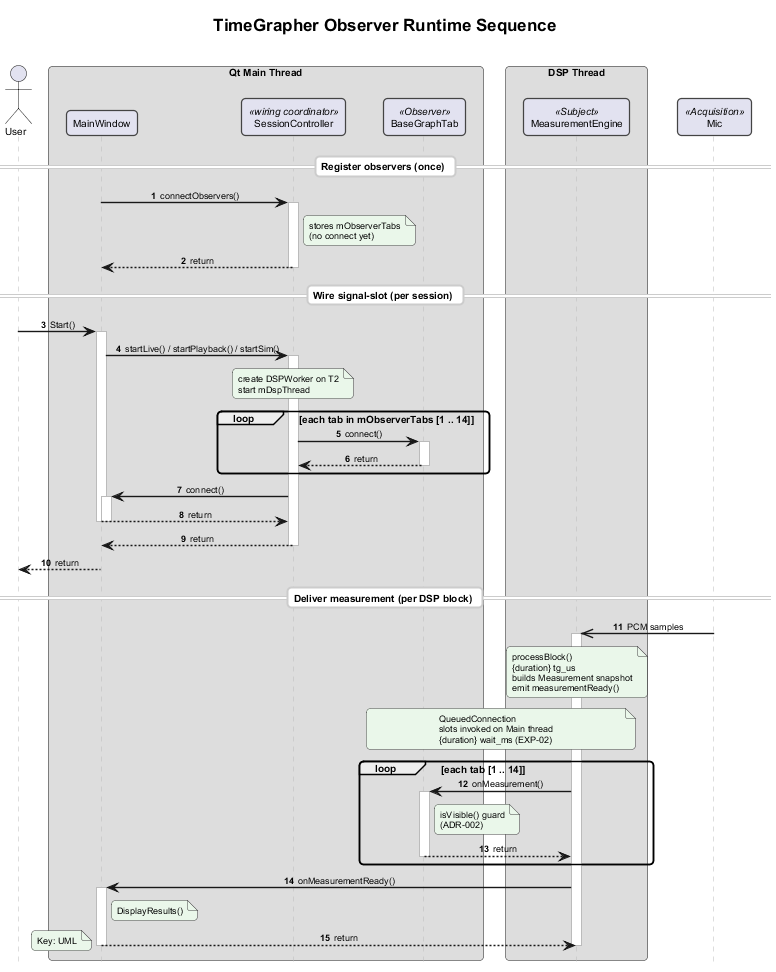
Ji-Min-Lee/2026-3-sw-architect-studio-project keeps this PlantUML diagram as docs/milestone2/final/assets/view2b-observer-runtime.png. Above is the earlier version.
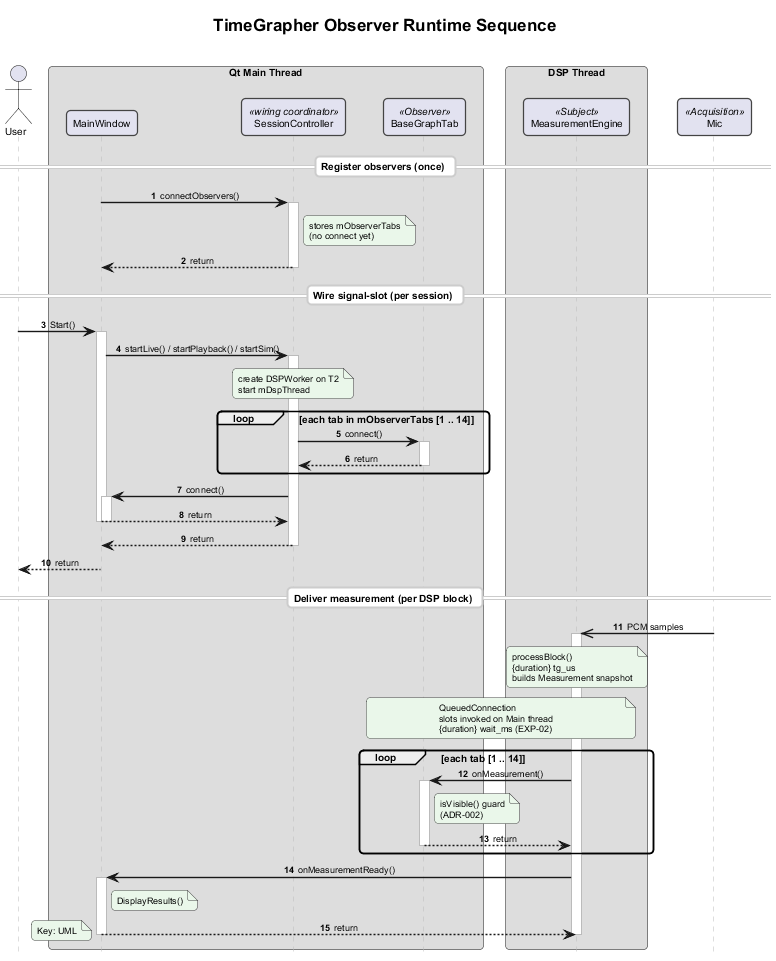
Above is the later version.

Commit message:
docs(m2): simplify Observer runtime sequence for 2-B focus

Diff of the diagram source:
```diff
@@ -86,7 +86,6 @@
   processBlock()
   {duration} tg_us
   builds Measurement snapshot
-  emit measurementReady()
 end note
 
 note over ME, Tab
```
